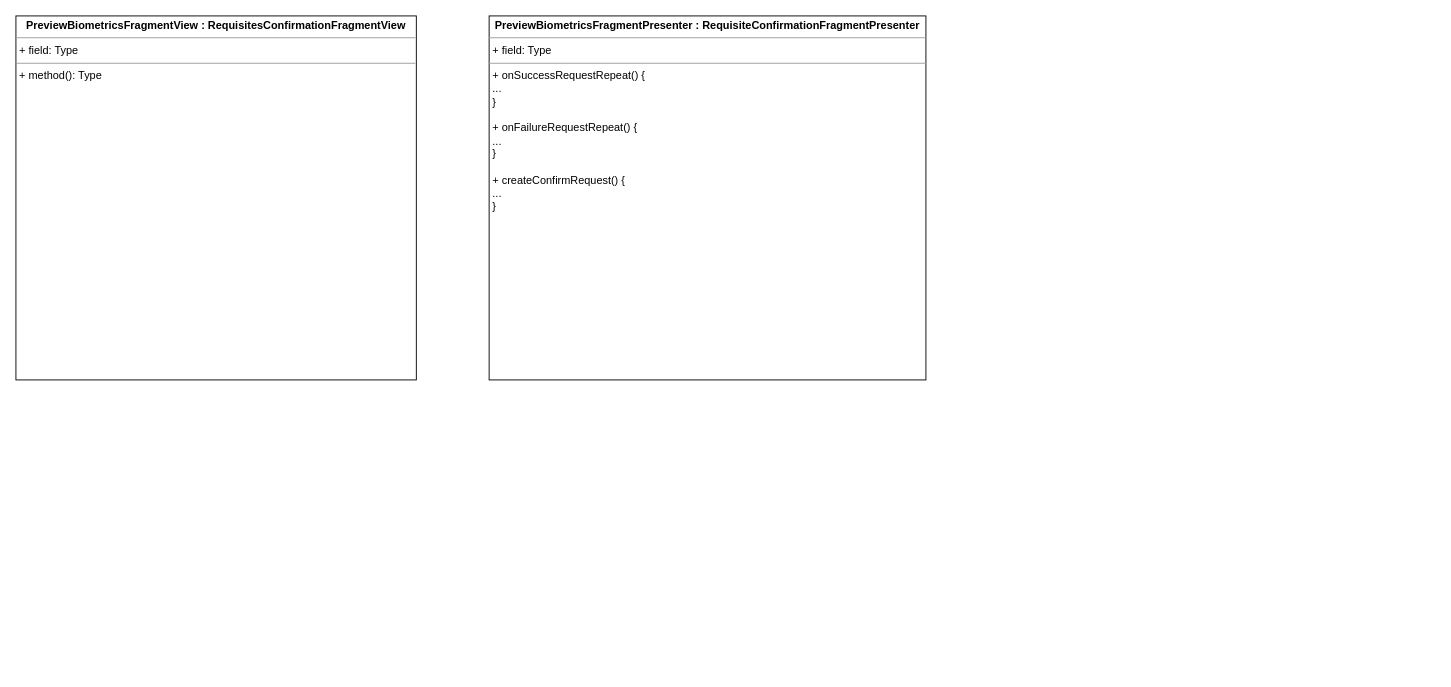
Earlier version of the draw.io diagram UNI-15926.drawio (ShiryaevNikolay/diagrams). Source tidied: cells renumbered, new cells numbered last; positions are measured from the earlier drawing's top-left corner, leaving out a move shared by most shapes. Both pictures are drawn from the tidied source at 91%, with x=0, y=0 at pixel (15, 15).
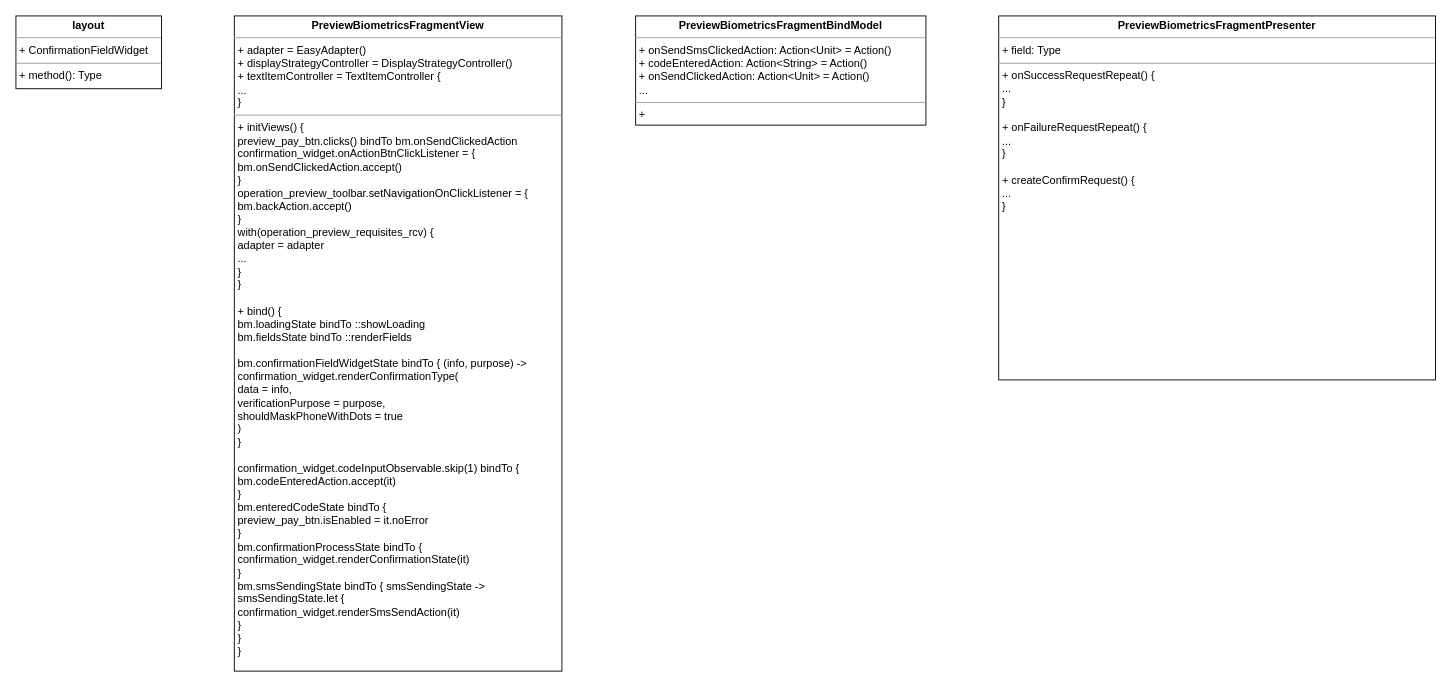
The same page after the edit.

What changed in the source:
```diff
@@
 <mxGraphModel>
   <root>
     <mxCell id="0" />
     <mxCell id="1" parent="0" />
-    <mxCell id="2" value="&lt;p style=&quot;margin: 0px ; margin-top: 4px ; text-align: center&quot;&gt;&lt;b&gt;PreviewBiometricsFragmentView : RequisitesConfirmationFragmentView&lt;br&gt;&lt;/b&gt;&lt;/p&gt;&lt;hr size=&quot;1&quot;&gt;&lt;p style=&quot;margin: 0px ; margin-left: 4px&quot;&gt;+ field: Type&lt;/p&gt;&lt;hr size=&quot;1&quot;&gt;&lt;p style=&quot;margin: 0px ; margin-left: 4px&quot;&gt;+ method(): Type&lt;/p&gt;" style="verticalAlign=top;align=left;overflow=fill;fontSize=12;fontFamily=Helvetica;html=1;" parent="1" vertex="1">
-      <mxGeometry width="440" height="400" as="geometry" />
+    <mxCell id="2" value="&lt;p style=&quot;margin: 0px ; margin-top: 4px ; text-align: center&quot;&gt;&lt;b&gt;PreviewBiometricsFragmentView&lt;br&gt;&lt;/b&gt;&lt;/p&gt;&lt;hr size=&quot;1&quot;&gt;&lt;p style=&quot;margin: 0px ; margin-left: 4px&quot;&gt;+ adapter = EasyAdapter()&lt;/p&gt;&lt;p style=&quot;margin: 0px ; margin-left: 4px&quot;&gt;+ displayStrategyController = DisplayStrategyController()&lt;/p&gt;&lt;p style=&quot;margin: 0px ; margin-left: 4px&quot;&gt;+ textItemController = TextItemController {&lt;/p&gt;&lt;p style=&quot;margin: 0px ; margin-left: 4px&quot;&gt;...&lt;br&gt;&lt;/p&gt;&lt;p style=&quot;margin: 0px ; margin-left: 4px&quot;&gt;}&lt;br&gt;&lt;/p&gt;&lt;hr size=&quot;1&quot;&gt;&lt;p style=&quot;margin: 0px ; margin-left: 4px&quot;&gt;+ initViews() {&lt;/p&gt;&lt;p style=&quot;margin: 0px ; margin-left: 4px&quot;&gt;preview_pay_btn.clicks() bindTo bm.onSendClickedAction&lt;/p&gt;&lt;p style=&quot;margin: 0px ; margin-left: 4px&quot;&gt;confirmation_widget.onActionBtnClickListener = {&lt;/p&gt;&lt;p style=&quot;margin: 0px ; margin-left: 4px&quot;&gt;bm.onSendClickedAction.accept()&lt;br&gt;&lt;/p&gt;&lt;p style=&quot;margin: 0px ; margin-left: 4px&quot;&gt;}&lt;/p&gt;&lt;p style=&quot;margin: 0px ; margin-left: 4px&quot;&gt;operation_preview_toolbar.setNavigationOnClickListener = {&lt;/p&gt;&lt;p style=&quot;margin: 0px ; margin-left: 4px&quot;&gt;bm.backAction.accept()&lt;br&gt;&lt;/p&gt;&lt;p style=&quot;margin: 0px ; margin-left: 4px&quot;&gt;}&lt;/p&gt;&lt;p style=&quot;margin: 0px ; margin-left: 4px&quot;&gt;with(operation_preview_requisites_rcv) {&lt;/p&gt;&lt;p style=&quot;margin: 0px ; margin-left: 4px&quot;&gt;adapter = adapter&lt;/p&gt;&lt;p style=&quot;margin: 0px ; margin-left: 4px&quot;&gt;...&lt;br&gt;&lt;/p&gt;&lt;p style=&quot;margin: 0px ; margin-left: 4px&quot;&gt;}&lt;br&gt;&lt;/p&gt;&lt;p style=&quot;margin: 0px ; margin-left: 4px&quot;&gt;}&lt;/p&gt;&lt;p style=&quot;margin: 0px ; margin-left: 4px&quot;&gt;&lt;br&gt;&lt;/p&gt;&lt;p style=&quot;margin: 0px ; margin-left: 4px&quot;&gt;+ bind() {&lt;/p&gt;&lt;p style=&quot;margin: 0px ; margin-left: 4px&quot;&gt;bm.loadingState bindTo ::showLoading&lt;/p&gt;&lt;p style=&quot;margin: 0px ; margin-left: 4px&quot;&gt;bm.fieldsState bindTo ::renderFields&lt;/p&gt;&lt;p style=&quot;margin: 0px ; margin-left: 4px&quot;&gt;&lt;br&gt;&lt;/p&gt;&lt;p style=&quot;margin: 0px ; margin-left: 4px&quot;&gt;bm.confirmationFieldWidgetState bindTo { (info, purpose) -&amp;gt;&lt;/p&gt;&lt;p style=&quot;margin: 0px ; margin-left: 4px&quot;&gt;confirmation_widget.renderConfirmationType(&lt;/p&gt;&lt;p style=&quot;margin: 0px ; margin-left: 4px&quot;&gt;data = info,&lt;/p&gt;&lt;p style=&quot;margin: 0px ; margin-left: 4px&quot;&gt;verificationPurpose = purpose,&lt;/p&gt;&lt;p style=&quot;margin: 0px ; margin-left: 4px&quot;&gt;shouldMaskPhoneWithDots = true&lt;br&gt;&lt;/p&gt;&lt;p style=&quot;margin: 0px ; margin-left: 4px&quot;&gt;)&lt;br&gt;&lt;/p&gt;&lt;p style=&quot;margin: 0px ; margin-left: 4px&quot;&gt;}&lt;/p&gt;&lt;p style=&quot;margin: 0px ; margin-left: 4px&quot;&gt;&lt;br&gt;&lt;/p&gt;&lt;p style=&quot;margin: 0px ; margin-left: 4px&quot;&gt;confirmation_widget.codeInputObservable.skip(1) bindTo {&lt;/p&gt;&lt;p style=&quot;margin: 0px ; margin-left: 4px&quot;&gt;bm.codeEnteredAction.accept(it)&lt;br&gt;&lt;/p&gt;&lt;p style=&quot;margin: 0px ; margin-left: 4px&quot;&gt;}&lt;/p&gt;&lt;p style=&quot;margin: 0px ; margin-left: 4px&quot;&gt;bm.enteredCodeState bindTo {&lt;/p&gt;&lt;p style=&quot;margin: 0px ; margin-left: 4px&quot;&gt;preview_pay_btn.isEnabled = it.noError&lt;br&gt;&lt;/p&gt;&lt;p style=&quot;margin: 0px ; margin-left: 4px&quot;&gt;}&lt;/p&gt;&lt;p style=&quot;margin: 0px ; margin-left: 4px&quot;&gt;bm.confirmationProcessState bindTo {&lt;/p&gt;&lt;p style=&quot;margin: 0px ; margin-left: 4px&quot;&gt;confirmation_widget.renderConfirmationState(it)&lt;br&gt;&lt;/p&gt;&lt;p style=&quot;margin: 0px ; margin-left: 4px&quot;&gt;}&lt;/p&gt;&lt;p style=&quot;margin: 0px ; margin-left: 4px&quot;&gt;bm.smsSendingState bindTo { smsSendingState -&amp;gt;&lt;/p&gt;&lt;p style=&quot;margin: 0px ; margin-left: 4px&quot;&gt;smsSendingState.let {&lt;/p&gt;&lt;p style=&quot;margin: 0px ; margin-left: 4px&quot;&gt;confirmation_widget.renderSmsSendAction(it)&lt;br&gt;&lt;/p&gt;&lt;p style=&quot;margin: 0px ; margin-left: 4px&quot;&gt;}&lt;br&gt;&lt;/p&gt;&lt;p style=&quot;margin: 0px ; margin-left: 4px&quot;&gt;}&lt;br&gt;&lt;/p&gt;&lt;p style=&quot;margin: 0px ; margin-left: 4px&quot;&gt;}&lt;br&gt;&lt;/p&gt;" style="verticalAlign=top;align=left;overflow=fill;fontSize=12;fontFamily=Helvetica;html=1;" parent="1" vertex="1">
+      <mxGeometry x="240" width="360" height="720" as="geometry" />
     </mxCell>
-    <mxCell id="3" value="&lt;p style=&quot;margin: 0px ; margin-top: 4px ; text-align: center&quot;&gt;&lt;b&gt;PreviewBiometricsFragmentPresenter : RequisiteConfirmationFragmentPresenter&lt;br&gt;&lt;/b&gt;&lt;/p&gt;&lt;hr size=&quot;1&quot;&gt;&lt;p style=&quot;margin: 0px ; margin-left: 4px&quot;&gt;+ field: Type&lt;/p&gt;&lt;hr size=&quot;1&quot;&gt;&lt;p style=&quot;margin: 0px ; margin-left: 4px&quot;&gt;+ onSuccessRequestRepeat() {&lt;/p&gt;&lt;p style=&quot;margin: 0px ; margin-left: 4px&quot;&gt;...&lt;br&gt;&lt;/p&gt;&lt;p style=&quot;margin: 0px ; margin-left: 4px&quot;&gt;}&lt;/p&gt;&lt;p style=&quot;margin: 0px ; margin-left: 4px&quot;&gt;&lt;br&gt;&lt;/p&gt;&lt;p style=&quot;margin: 0px ; margin-left: 4px&quot;&gt;+ onFailureRequestRepeat() {&lt;/p&gt;&lt;p style=&quot;margin: 0px ; margin-left: 4px&quot;&gt;...&lt;br&gt;&lt;/p&gt;&lt;p style=&quot;margin: 0px ; margin-left: 4px&quot;&gt;}&lt;/p&gt;&lt;p style=&quot;margin: 0px ; margin-left: 4px&quot;&gt;&lt;br&gt;&lt;/p&gt;&lt;p style=&quot;margin: 0px ; margin-left: 4px&quot;&gt;+ createConfirmRequest() {&lt;/p&gt;&lt;p style=&quot;margin: 0px ; margin-left: 4px&quot;&gt;...&lt;br&gt;&lt;/p&gt;&lt;p style=&quot;margin: 0px ; margin-left: 4px&quot;&gt;}&lt;br&gt;&lt;/p&gt;" style="verticalAlign=top;align=left;overflow=fill;fontSize=12;fontFamily=Helvetica;html=1;" parent="1" vertex="1">
-      <mxGeometry x="520" width="480" height="400" as="geometry" />
+    <mxCell id="3" value="&lt;p style=&quot;margin: 0px ; margin-top: 4px ; text-align: center&quot;&gt;&lt;b&gt;PreviewBiometricsFragmentPresenter&lt;br&gt;&lt;/b&gt;&lt;/p&gt;&lt;hr size=&quot;1&quot;&gt;&lt;p style=&quot;margin: 0px ; margin-left: 4px&quot;&gt;+ field: Type&lt;/p&gt;&lt;hr size=&quot;1&quot;&gt;&lt;p style=&quot;margin: 0px ; margin-left: 4px&quot;&gt;+ onSuccessRequestRepeat() {&lt;/p&gt;&lt;p style=&quot;margin: 0px ; margin-left: 4px&quot;&gt;...&lt;br&gt;&lt;/p&gt;&lt;p style=&quot;margin: 0px ; margin-left: 4px&quot;&gt;}&lt;/p&gt;&lt;p style=&quot;margin: 0px ; margin-left: 4px&quot;&gt;&lt;br&gt;&lt;/p&gt;&lt;p style=&quot;margin: 0px ; margin-left: 4px&quot;&gt;+ onFailureRequestRepeat() {&lt;/p&gt;&lt;p style=&quot;margin: 0px ; margin-left: 4px&quot;&gt;...&lt;br&gt;&lt;/p&gt;&lt;p style=&quot;margin: 0px ; margin-left: 4px&quot;&gt;}&lt;/p&gt;&lt;p style=&quot;margin: 0px ; margin-left: 4px&quot;&gt;&lt;br&gt;&lt;/p&gt;&lt;p style=&quot;margin: 0px ; margin-left: 4px&quot;&gt;+ createConfirmRequest() {&lt;/p&gt;&lt;p style=&quot;margin: 0px ; margin-left: 4px&quot;&gt;...&lt;br&gt;&lt;/p&gt;&lt;p style=&quot;margin: 0px ; margin-left: 4px&quot;&gt;}&lt;br&gt;&lt;/p&gt;" style="verticalAlign=top;align=left;overflow=fill;fontSize=12;fontFamily=Helvetica;html=1;" parent="1" vertex="1">
+      <mxGeometry x="1080" width="480" height="400" as="geometry" />
     </mxCell>
+    <mxCell id="4" value="&lt;p style=&quot;margin: 0px ; margin-top: 4px ; text-align: center&quot;&gt;&lt;b&gt;layout&lt;br&gt;&lt;/b&gt;&lt;/p&gt;&lt;hr size=&quot;1&quot;&gt;&lt;p style=&quot;margin: 0px ; margin-left: 4px&quot;&gt;+ ConfirmationFieldWidget&lt;/p&gt;&lt;hr size=&quot;1&quot;&gt;&lt;p style=&quot;margin: 0px ; margin-left: 4px&quot;&gt;+ method(): Type&lt;/p&gt;" style="verticalAlign=top;align=left;overflow=fill;fontSize=12;fontFamily=Helvetica;html=1;" parent="1" vertex="1">
+      <mxGeometry width="160" height="80" as="geometry" />
+    </mxCell>
+    <mxCell id="5" value="&lt;p style=&quot;margin: 0px ; margin-top: 4px ; text-align: center&quot;&gt;&lt;b&gt;PreviewBiometricsFragmentBindModel&lt;br&gt;&lt;/b&gt;&lt;/p&gt;&lt;hr size=&quot;1&quot;&gt;&lt;p style=&quot;margin: 0px ; margin-left: 4px&quot;&gt;+ onSendSmsClickedAction: Action&amp;lt;Unit&amp;gt; = Action()&lt;/p&gt;&lt;p style=&quot;margin: 0px ; margin-left: 4px&quot;&gt;+ codeEnteredAction: Action&amp;lt;String&amp;gt; = Action()&lt;/p&gt;&lt;p style=&quot;margin: 0px ; margin-left: 4px&quot;&gt;+ onSendClickedAction: Action&amp;lt;Unit&amp;gt; = Action()&lt;/p&gt;&lt;p style=&quot;margin: 0px ; margin-left: 4px&quot;&gt;...&lt;br&gt;&lt;/p&gt;&lt;hr size=&quot;1&quot;&gt;&lt;p style=&quot;margin: 0px ; margin-left: 4px&quot;&gt;+ &lt;br&gt;&lt;/p&gt;" style="verticalAlign=top;align=left;overflow=fill;fontSize=12;fontFamily=Helvetica;html=1;" parent="1" vertex="1">
+      <mxGeometry x="681" width="319" height="120" as="geometry" />
+    </mxCell>
   </root>
 </mxGraphModel>
```
